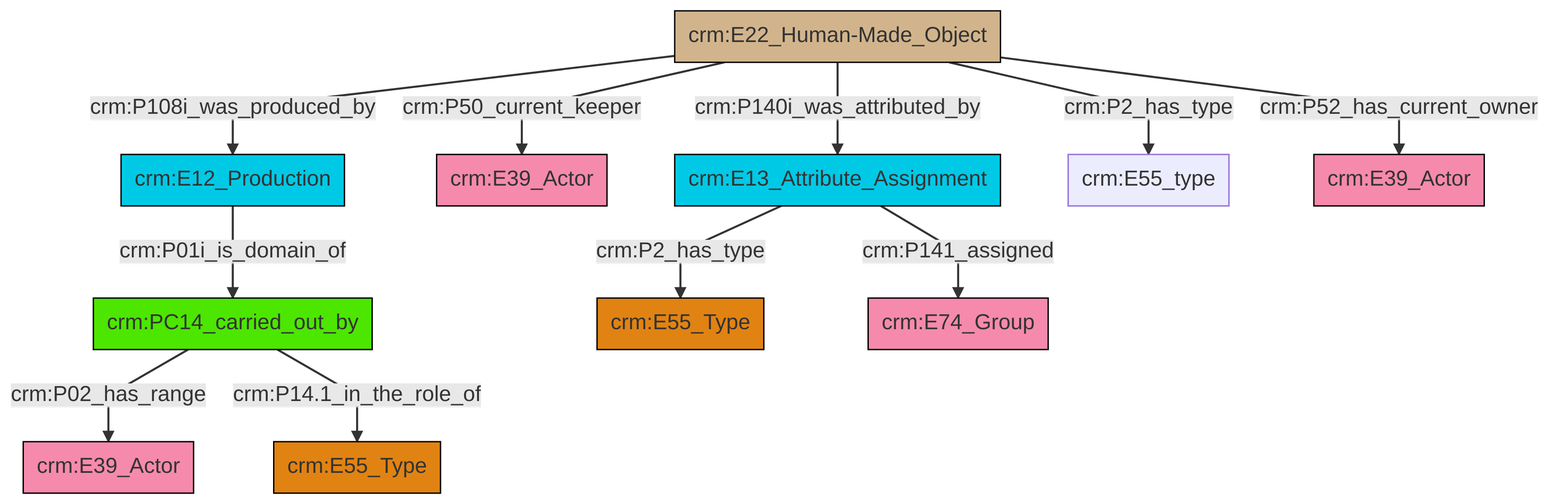
Before: et/artworkCSV/ttl/mmd/png/Artwork_Actor_Relations.png, a diagram exported from Mermaid (swiss-art-research-net/reference-data-models). Its source is kept beside it as et/artworkCSV/ttl/mmd/Artwork_Actor_Relations.ttl.mmd.
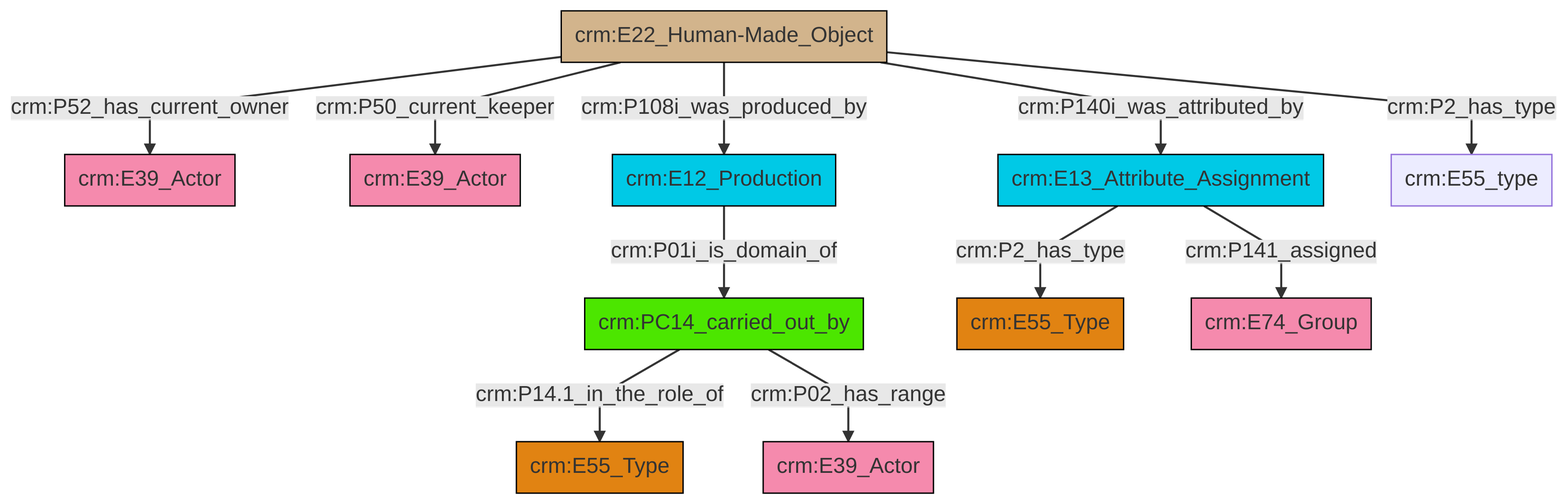
After the change.

Change to the diagram source:
```diff
@@ -13,13 +13,13 @@
 classDef PC_Classes fill:#4ce600, stroke:#000000;
 classDef Multi fill:#cccccc,stroke:#000000;
 
-2["crm:E12_Production"]:::Temporal_Entity -->|crm:P01i_is_domain_of| 3["crm:PC14_carried_out_by"]:::PC_Classes
-12["crm:E13_Attribute_Assignment"]:::Temporal_Entity -->|crm:P2_has_type| 0["crm:E55_Type"]:::Type
-3["crm:PC14_carried_out_by"]:::PC_Classes -->|crm:P02_has_range| 13["crm:E39_Actor"]:::Actor
-3["crm:PC14_carried_out_by"]:::PC_Classes -->|crm:P14.1_in_the_role_of| 17["crm:E55_Type"]:::Type
-4["crm:E22_Human-Made_Object"]:::Physical_Thing -->|crm:P108i_was_produced_by| 2["crm:E12_Production"]:::Temporal_Entity
-4["crm:E22_Human-Made_Object"]:::Physical_Thing -->|crm:P50_current_keeper| 14["crm:E39_Actor"]:::Actor
-12["crm:E13_Attribute_Assignment"]:::Temporal_Entity -->|crm:P141_assigned| 9["crm:E74_Group"]:::Actor
-4["crm:E22_Human-Made_Object"]:::Physical_Thing -->|crm:P140i_was_attributed_by| 12["crm:E13_Attribute_Assignment"]:::Temporal_Entity
-4["crm:E22_Human-Made_Object"]:::Physical_Thing -->|crm:P2_has_type| 20["crm:E55_type"]:::Default
-4["crm:E22_Human-Made_Object"]:::Physical_Thing -->|crm:P52_has_current_owner| 6["crm:E39_Actor"]:::Actor
+2["crm:E22_Human-Made_Object"]:::Physical_Thing -->|crm:P50_current_keeper| 3["crm:E39_Actor"]:::Actor
+4["crm:PC14_carried_out_by"]:::PC_Classes -->|crm:P14.1_in_the_role_of| 5["crm:E55_Type"]:::Type
+6["crm:E13_Attribute_Assignment"]:::Temporal_Entity -->|crm:P2_has_type| 7["crm:E55_Type"]:::Type
+8["crm:E12_Production"]:::Temporal_Entity -->|crm:P01i_is_domain_of| 4["crm:PC14_carried_out_by"]:::PC_Classes
+4["crm:PC14_carried_out_by"]:::PC_Classes -->|crm:P02_has_range| 9["crm:E39_Actor"]:::Actor
+6["crm:E13_Attribute_Assignment"]:::Temporal_Entity -->|crm:P141_assigned| 14["crm:E74_Group"]:::Actor
+2["crm:E22_Human-Made_Object"]:::Physical_Thing -->|crm:P140i_was_attributed_by| 6["crm:E13_Attribute_Assignment"]:::Temporal_Entity
+2["crm:E22_Human-Made_Object"]:::Physical_Thing -->|crm:P108i_was_produced_by| 8["crm:E12_Production"]:::Temporal_Entity
+2["crm:E22_Human-Made_Object"]:::Physical_Thing -->|crm:P52_has_current_owner| 0["crm:E39_Actor"]:::Actor
+2["crm:E22_Human-Made_Object"]:::Physical_Thing -->|crm:P2_has_type| 18["crm:E55_type"]:::Default
```
